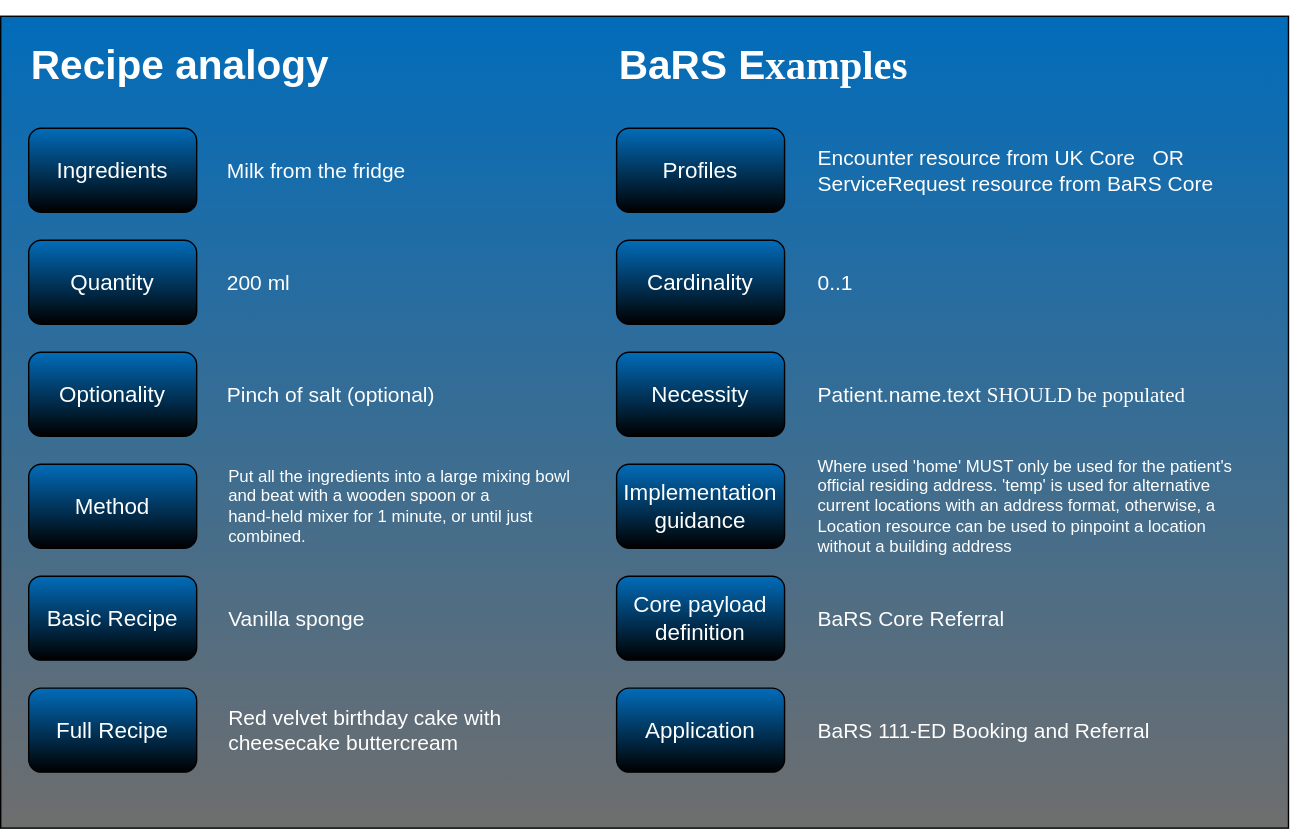
Above: src/images/General/RecipeAnalogy-1.0.0.svg in NHSDigital/booking-and-referral-media (draw.io), before the change. Source tidied: cells renumbered, new cells last; positions are measured from the earlier drawing's top-left corner, leaving out a move shared by most shapes.
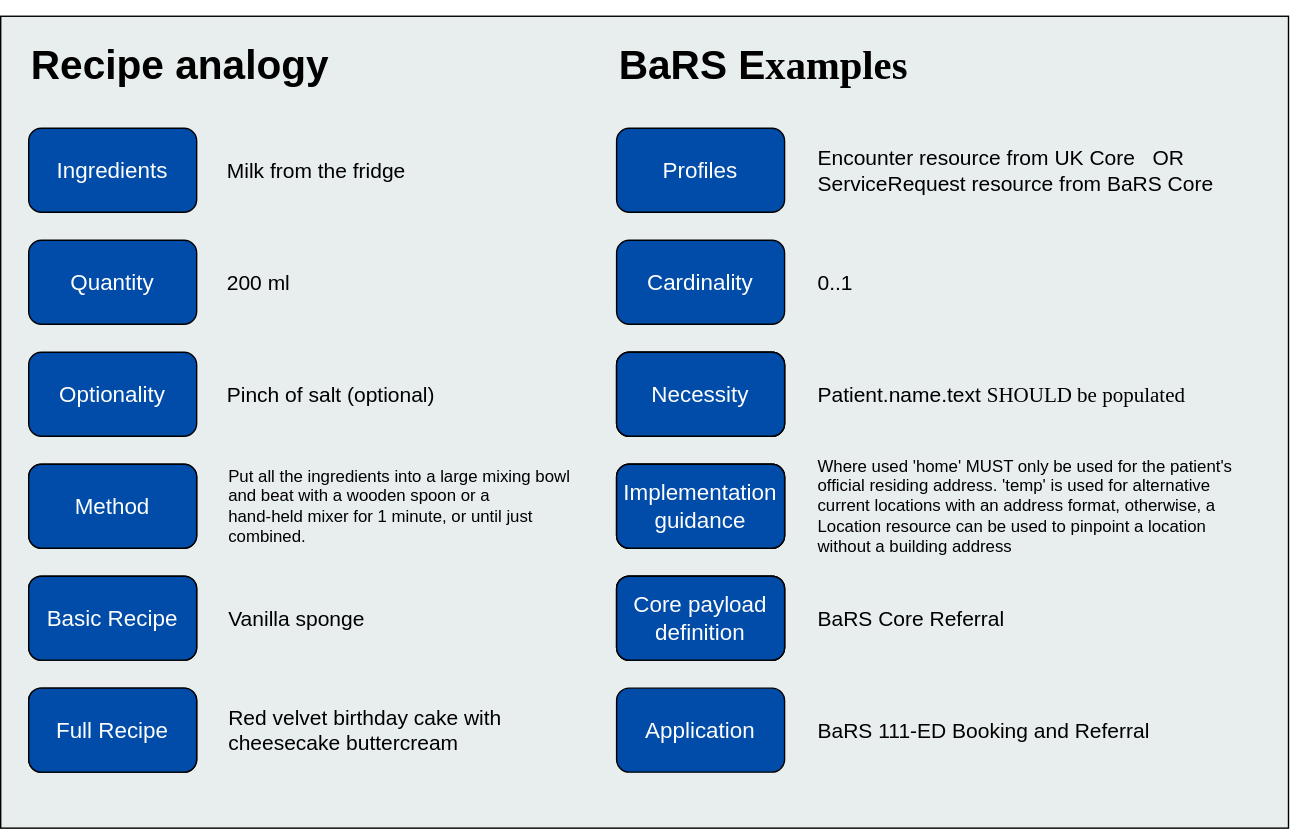
The same diagram one commit later.

Change to the diagram source:
```diff
@@ -2,86 +2,113 @@
   <root>
     <mxCell id="0" />
     <mxCell id="1" parent="0" />
-    <mxCell id="2" style="rounded=0;whiteSpace=wrap;html=1;fontFamily=Helvetica;fontSize=29;fontColor=#00418F;fillColor=#026CBA;gradientColor=#6E6E6E;" parent="1" vertex="1">
+    <mxCell id="2" style="rounded=0;whiteSpace=wrap;html=1;fontFamily=Helvetica;fontSize=29;fontColor=#00418F;fillColor=#E8edee;gradientColor=none;strokeColor=default;gradientDirection=south;strokeWidth=1;" parent="1" vertex="1">
       <mxGeometry width="920" height="580" as="geometry" />
     </mxCell>
-    <mxCell id="3" value="Ingredients" style="rounded=1;whiteSpace=wrap;html=1;fillColor=#026CBA;gradientColor=default;fontColor=#FFFFFF;fontSize=16;" parent="1" vertex="1">
+    <mxCell id="3" value="Ingredients" style="rounded=1;whiteSpace=wrap;html=1;fillColor=#004CA8;gradientColor=none;fontColor=#FFFFFF;fontSize=16;" parent="1" vertex="1">
       <mxGeometry x="20" y="80" width="120" height="60" as="geometry" />
     </mxCell>
-    <mxCell id="4" value="Quantity" style="rounded=1;whiteSpace=wrap;html=1;fillColor=#026CBA;gradientColor=default;fontColor=#FFFFFF;fontSize=16;" parent="1" vertex="1">
+    <mxCell id="4" value="Quantity" style="rounded=1;whiteSpace=wrap;html=1;fillColor=#004CA8;gradientColor=none;fontColor=#FFFFFF;fontSize=16;" parent="1" vertex="1">
       <mxGeometry x="20" y="160" width="120" height="60" as="geometry" />
     </mxCell>
-    <mxCell id="5" value="Optionality" style="rounded=1;whiteSpace=wrap;html=1;fillColor=#026CBA;gradientColor=default;fontColor=#FFFFFF;fontSize=16;" parent="1" vertex="1">
+    <mxCell id="5" value="Optionality" style="rounded=1;whiteSpace=wrap;html=1;fillColor=#004CA8;gradientColor=none;fontColor=#FFFFFF;fontSize=16;" parent="1" vertex="1">
       <mxGeometry x="20" y="240" width="120" height="60" as="geometry" />
     </mxCell>
-    <mxCell id="6" value="Method" style="rounded=1;whiteSpace=wrap;html=1;fillColor=#026CBA;gradientColor=default;fontColor=#FFFFFF;fontSize=16;" parent="1" vertex="1">
+    <mxCell id="6" value="Method" style="rounded=1;whiteSpace=wrap;html=1;fillColor=#004CA8;gradientColor=default;fontColor=#FFFFFF;fontSize=16;" parent="1" vertex="1">
       <mxGeometry x="20" y="320" width="120" height="60" as="geometry" />
     </mxCell>
-    <mxCell id="7" value="Basic Recipe" style="rounded=1;whiteSpace=wrap;html=1;fillColor=#026CBA;gradientColor=default;fontColor=#FFFFFF;fontSize=16;" parent="1" vertex="1">
+    <mxCell id="7" value="Basic Recipe" style="rounded=1;whiteSpace=wrap;html=1;fillColor=#004CA8;gradientColor=default;fontColor=#FFFFFF;fontSize=16;" parent="1" vertex="1">
       <mxGeometry x="20" y="400" width="120" height="60" as="geometry" />
     </mxCell>
-    <mxCell id="8" value="Full Recipe" style="rounded=1;whiteSpace=wrap;html=1;fillColor=#026CBA;gradientColor=default;fontColor=#FFFFFF;fontSize=16;" parent="1" vertex="1">
+    <mxCell id="8" value="Full Recipe" style="rounded=1;whiteSpace=wrap;html=1;fillColor=#004CA8;gradientColor=default;fontColor=#FFFFFF;fontSize=16;" parent="1" vertex="1">
       <mxGeometry x="20" y="480" width="120" height="60" as="geometry" />
     </mxCell>
-    <mxCell id="9" value="&lt;p style=&quot;margin-top: 0pt; margin-bottom: 0pt; margin-left: 0in; direction: ltr; unicode-bidi: embed; font-size: 15px;&quot;&gt;Milk from the fridge&lt;/p&gt;" style="text;html=1;strokeColor=none;fillColor=none;align=left;verticalAlign=middle;whiteSpace=wrap;rounded=0;labelPosition=center;verticalLabelPosition=middle;fontSize=15;fontColor=#FFFFFF;" parent="1" vertex="1">
+    <mxCell id="9" value="&lt;p style=&quot;margin-top: 0pt; margin-bottom: 0pt; margin-left: 0in; direction: ltr; unicode-bidi: embed; font-size: 15px;&quot;&gt;Milk from the fridge&lt;/p&gt;" style="text;html=1;strokeColor=none;fillColor=none;align=left;verticalAlign=middle;whiteSpace=wrap;rounded=0;labelPosition=center;verticalLabelPosition=middle;fontSize=15;fontColor=#000000;" parent="1" vertex="1">
       <mxGeometry x="160" y="85" width="170" height="50" as="geometry" />
     </mxCell>
-    <mxCell id="10" value="&lt;p style=&quot;font-size: 15px;&quot;&gt;Red velvet birthday cake with cheesecake buttercream&lt;/p&gt;" style="text;html=1;strokeColor=none;fillColor=none;align=left;verticalAlign=middle;whiteSpace=wrap;rounded=0;labelPosition=center;verticalLabelPosition=middle;fontSize=15;fontColor=#FFFFFF;" parent="1" vertex="1">
+    <mxCell id="10" value="&lt;p style=&quot;font-size: 15px;&quot;&gt;Red velvet birthday cake with cheesecake buttercream&lt;/p&gt;" style="text;html=1;strokeColor=none;fillColor=none;align=left;verticalAlign=middle;whiteSpace=wrap;rounded=0;labelPosition=center;verticalLabelPosition=middle;fontSize=15;fontColor=#000000;" parent="1" vertex="1">
       <mxGeometry x="161" y="495" width="220" height="30" as="geometry" />
     </mxCell>
-    <mxCell id="11" value="&lt;p style=&quot;margin-top: 0pt; margin-bottom: 0pt; margin-left: 0in; direction: ltr; unicode-bidi: embed; font-size: 15px;&quot;&gt;Vanilla sponge&lt;/p&gt;" style="text;html=1;strokeColor=none;fillColor=none;align=left;verticalAlign=middle;whiteSpace=wrap;rounded=0;labelPosition=center;verticalLabelPosition=middle;fontSize=15;fontColor=#FFFFFF;" parent="1" vertex="1">
+    <mxCell id="11" value="&lt;p style=&quot;margin-top: 0pt; margin-bottom: 0pt; margin-left: 0in; direction: ltr; unicode-bidi: embed; font-size: 15px;&quot;&gt;Vanilla sponge&lt;/p&gt;" style="text;html=1;strokeColor=none;fillColor=none;align=left;verticalAlign=middle;whiteSpace=wrap;rounded=0;labelPosition=center;verticalLabelPosition=middle;fontSize=15;fontColor=#000000;" parent="1" vertex="1">
       <mxGeometry x="161" y="415" width="160" height="30" as="geometry" />
     </mxCell>
-    <mxCell id="12" value="&lt;p style=&quot;font-size: 12px;&quot;&gt;Put all the ingredients into a large mixing bowl and beat with a wooden spoon or a&lt;br style=&quot;&quot;&gt;hand-held mixer for 1 minute, or until just combined.&lt;/p&gt;" style="text;html=1;strokeColor=none;fillColor=none;align=left;verticalAlign=middle;whiteSpace=wrap;rounded=0;labelPosition=center;verticalLabelPosition=middle;fontSize=15;fontColor=#FFFFFF;" parent="1" vertex="1">
+    <mxCell id="12" value="&lt;p style=&quot;font-size: 12px;&quot;&gt;Put all the ingredients into a large mixing bowl and beat with a wooden spoon or a&lt;br style=&quot;&quot;&gt;hand-held mixer for 1 minute, or until just combined.&lt;/p&gt;" style="text;html=1;strokeColor=none;fillColor=none;align=left;verticalAlign=middle;whiteSpace=wrap;rounded=0;labelPosition=center;verticalLabelPosition=middle;fontSize=15;fontColor=#000000;" parent="1" vertex="1">
       <mxGeometry x="161" y="305" width="250" height="90" as="geometry" />
     </mxCell>
-    <mxCell id="13" value="Pinch of salt (optional)" style="text;html=1;strokeColor=none;fillColor=none;align=left;verticalAlign=middle;whiteSpace=wrap;rounded=0;labelPosition=center;verticalLabelPosition=middle;fontSize=15;fontColor=#FFFFFF;" parent="1" vertex="1">
+    <mxCell id="13" value="Pinch of salt (optional)" style="text;html=1;strokeColor=none;fillColor=none;align=left;verticalAlign=middle;whiteSpace=wrap;rounded=0;labelPosition=center;verticalLabelPosition=middle;fontSize=15;fontColor=#000000;" parent="1" vertex="1">
       <mxGeometry x="160" y="255" width="160" height="30" as="geometry" />
     </mxCell>
-    <mxCell id="14" value="200 ml" style="text;html=1;strokeColor=none;fillColor=none;align=left;verticalAlign=middle;whiteSpace=wrap;rounded=0;labelPosition=center;verticalLabelPosition=middle;fontSize=15;fontColor=#FFFFFF;" parent="1" vertex="1">
+    <mxCell id="14" value="200 ml" style="text;html=1;strokeColor=none;fillColor=none;align=left;verticalAlign=middle;whiteSpace=wrap;rounded=0;labelPosition=center;verticalLabelPosition=middle;fontSize=15;fontColor=#000000;" parent="1" vertex="1">
       <mxGeometry x="160" y="175" width="60" height="30" as="geometry" />
     </mxCell>
-    <mxCell id="15" value="&lt;p style=&quot;margin-top: 0pt; margin-bottom: 0pt; margin-left: 0in; direction: ltr; unicode-bidi: embed; font-size: 15px;&quot;&gt;BaRS Core Referral&lt;/p&gt;" style="text;html=1;strokeColor=none;fillColor=none;align=left;verticalAlign=middle;whiteSpace=wrap;rounded=0;fontSize=15;fontColor=#FFFFFF;" parent="1" vertex="1">
+    <mxCell id="15" value="&lt;p style=&quot;margin-top: 0pt; margin-bottom: 0pt; margin-left: 0in; direction: ltr; unicode-bidi: embed; font-size: 15px;&quot;&gt;BaRS Core Referral&lt;/p&gt;" style="text;html=1;strokeColor=none;fillColor=none;align=left;verticalAlign=middle;whiteSpace=wrap;rounded=0;fontSize=15;fontColor=#000000;" parent="1" vertex="1">
       <mxGeometry x="582" y="415" width="240" height="30" as="geometry" />
     </mxCell>
-    <mxCell id="16" value="&lt;p style=&quot;font-size: 12px;&quot;&gt;Where used 'home' MUST only be used for the patient's official residing address. 'temp' is used for alternative current locations with an address format, otherwise, a Location resource can be used to pinpoint a location without a building address&lt;/p&gt;" style="text;html=1;strokeColor=none;fillColor=none;align=left;verticalAlign=middle;whiteSpace=wrap;rounded=0;fontSize=12;fontColor=#FFFFFF;" parent="1" vertex="1">
+    <mxCell id="16" value="&lt;p style=&quot;font-size: 12px;&quot;&gt;Where used 'home' MUST only be used for the patient's official residing address. 'temp' is used for alternative current locations with an address format, otherwise, a Location resource can be used to pinpoint a location without a building address&lt;/p&gt;" style="text;html=1;strokeColor=none;fillColor=none;align=left;verticalAlign=middle;whiteSpace=wrap;rounded=0;fontSize=12;fontColor=#000000;" parent="1" vertex="1">
       <mxGeometry x="582" y="335" width="310" height="30" as="geometry" />
     </mxCell>
-    <mxCell id="17" value="&lt;p style=&quot;font-size: 15px;&quot;&gt;Patient.name.text&amp;nbsp;&lt;span style=&quot;font-family: Calibri; font-size: 15px;&quot;&gt;SHOULD be populated&lt;/span&gt;&lt;/p&gt;" style="text;html=1;strokeColor=none;fillColor=none;align=left;verticalAlign=middle;whiteSpace=wrap;rounded=0;fontSize=15;fontColor=#FFFFFF;" parent="1" vertex="1">
+    <mxCell id="17" value="&lt;p style=&quot;font-size: 15px;&quot;&gt;Patient.name.text&amp;nbsp;&lt;span style=&quot;font-family: Calibri; font-size: 15px;&quot;&gt;SHOULD be populated&lt;/span&gt;&lt;/p&gt;" style="text;html=1;strokeColor=none;fillColor=none;align=left;verticalAlign=middle;whiteSpace=wrap;rounded=0;fontSize=15;fontColor=#000000;" parent="1" vertex="1">
       <mxGeometry x="582" y="255" width="350" height="30" as="geometry" />
     </mxCell>
-    <mxCell id="18" value="0..1" style="text;html=1;strokeColor=none;fillColor=none;align=left;verticalAlign=middle;whiteSpace=wrap;rounded=0;fontSize=15;fontColor=#FFFFFF;" parent="1" vertex="1">
+    <mxCell id="18" value="0..1" style="text;html=1;strokeColor=none;fillColor=none;align=left;verticalAlign=middle;whiteSpace=wrap;rounded=0;fontSize=15;fontColor=#000000;" parent="1" vertex="1">
       <mxGeometry x="582" y="175" width="60" height="30" as="geometry" />
     </mxCell>
-    <mxCell id="19" value="&lt;p style=&quot;font-size: 15px;&quot;&gt;&lt;font style=&quot;font-size: 15px;&quot;&gt;Encounter resource from UK Core&amp;nbsp; &amp;nbsp;OR&amp;nbsp; &lt;/font&gt;&lt;span style=&quot;background-color: initial;&quot;&gt;ServiceRequest resource from BaRS Core&lt;/span&gt;&lt;/p&gt;" style="text;html=1;strokeColor=none;fillColor=none;align=left;verticalAlign=middle;whiteSpace=wrap;rounded=0;fontSize=15;fontColor=#FFFFFF;" parent="1" vertex="1">
+    <mxCell id="19" value="&lt;p style=&quot;font-size: 15px;&quot;&gt;&lt;font style=&quot;font-size: 15px;&quot;&gt;Encounter resource from UK Core&amp;nbsp; &amp;nbsp;OR&amp;nbsp; &lt;/font&gt;&lt;span style=&quot;background-color: initial;&quot;&gt;ServiceRequest resource from BaRS Core&lt;/span&gt;&lt;/p&gt;" style="text;html=1;strokeColor=none;fillColor=none;align=left;verticalAlign=middle;whiteSpace=wrap;rounded=0;fontSize=15;fontColor=#000000;" parent="1" vertex="1">
       <mxGeometry x="582" y="75" width="320" height="70" as="geometry" />
     </mxCell>
-    <mxCell id="20" value="&lt;p style=&quot;margin-top: 0pt; margin-bottom: 0pt; margin-left: 0in; direction: ltr; unicode-bidi: embed; font-size: 29px;&quot;&gt;BaRS E&lt;span style=&quot;font-size: 29px; font-family: Calibri;&quot;&gt;xamples&lt;/span&gt;&lt;/p&gt;" style="text;html=1;strokeColor=none;fillColor=none;align=left;verticalAlign=middle;whiteSpace=wrap;rounded=0;fontSize=29;fontStyle=1;fontColor=#FFFFFF;labelBorderColor=none;" parent="1" vertex="1">
+    <mxCell id="20" value="&lt;p style=&quot;margin-top: 0pt; margin-bottom: 0pt; margin-left: 0in; direction: ltr; unicode-bidi: embed; font-size: 29px;&quot;&gt;BaRS E&lt;span style=&quot;font-size: 29px; font-family: Calibri;&quot;&gt;xamples&lt;/span&gt;&lt;/p&gt;" style="text;html=1;strokeColor=none;fillColor=none;align=left;verticalAlign=middle;whiteSpace=wrap;rounded=0;fontSize=29;fontStyle=1;fontColor=#000000;labelBorderColor=none;" parent="1" vertex="1">
       <mxGeometry x="440" y="20" width="290" height="30" as="geometry" />
     </mxCell>
-    <mxCell id="21" value="&lt;p style=&quot;font-size: 29px;&quot;&gt;&lt;font style=&quot;font-size: 29px;&quot;&gt;&lt;b style=&quot;font-size: 29px;&quot;&gt;Recipe analogy&lt;/b&gt;&lt;/font&gt;&lt;/p&gt;" style="text;html=1;strokeColor=none;fillColor=none;align=left;verticalAlign=middle;whiteSpace=wrap;rounded=0;fontColor=#FFFFFF;fontSize=29;labelBorderColor=none;" parent="1" vertex="1">
+    <mxCell id="21" value="&lt;p style=&quot;font-size: 29px;&quot;&gt;&lt;font style=&quot;font-size: 29px;&quot;&gt;&lt;b style=&quot;font-size: 29px;&quot;&gt;Recipe analogy&lt;/b&gt;&lt;/font&gt;&lt;/p&gt;" style="text;html=1;strokeColor=none;fillColor=none;align=left;verticalAlign=middle;whiteSpace=wrap;rounded=0;fontColor=#000000;fontSize=29;labelBorderColor=none;" parent="1" vertex="1">
       <mxGeometry x="20" y="20" width="270" height="30" as="geometry" />
     </mxCell>
-    <mxCell id="22" value="Implementation guidance" style="rounded=1;whiteSpace=wrap;html=1;fillColor=#026CBA;gradientColor=default;fontColor=#FFFFFF;fontSize=16;" parent="1" vertex="1">
+    <mxCell id="22" value="Implementation guidance" style="rounded=1;whiteSpace=wrap;html=1;fillColor=#004CA8;gradientColor=default;fontColor=#FFFFFF;fontSize=16;" parent="1" vertex="1">
       <mxGeometry x="440" y="320" width="120" height="60" as="geometry" />
     </mxCell>
-    <mxCell id="23" value="Necessity" style="rounded=1;whiteSpace=wrap;html=1;fillColor=#026CBA;gradientColor=default;fontColor=#FFFFFF;fontSize=16;" parent="1" vertex="1">
+    <mxCell id="23" value="Necessity" style="rounded=1;whiteSpace=wrap;html=1;fillColor=#004CA8;gradientColor=default;fontColor=#FFFFFF;fontSize=16;" parent="1" vertex="1">
       <mxGeometry x="440" y="240" width="120" height="60" as="geometry" />
     </mxCell>
-    <mxCell id="24" value="Cardinality" style="rounded=1;whiteSpace=wrap;html=1;fillColor=#026CBA;gradientColor=default;fontColor=#FFFFFF;fontSize=16;" parent="1" vertex="1">
+    <mxCell id="24" value="Cardinality" style="rounded=1;whiteSpace=wrap;html=1;fillColor=#004CA8;gradientColor=none;fontColor=#FFFFFF;fontSize=16;" parent="1" vertex="1">
       <mxGeometry x="440" y="160" width="120" height="60" as="geometry" />
     </mxCell>
-    <mxCell id="25" value="Profiles" style="rounded=1;whiteSpace=wrap;html=1;fillColor=#026CBA;gradientColor=default;fontColor=#FFFFFF;fontSize=16;" parent="1" vertex="1">
+    <mxCell id="25" value="Profiles" style="rounded=1;whiteSpace=wrap;html=1;fillColor=#004CA8;gradientColor=none;fontColor=#FFFFFF;fontSize=16;" parent="1" vertex="1">
       <mxGeometry x="440" y="80" width="120" height="60" as="geometry" />
     </mxCell>
-    <mxCell id="26" value="Application" style="rounded=1;whiteSpace=wrap;html=1;fillColor=#026CBA;gradientColor=default;fontColor=#FFFFFF;fontSize=16;" parent="1" vertex="1">
+    <mxCell id="26" value="Application" style="rounded=1;whiteSpace=wrap;html=1;fillColor=#004CA8;gradientColor=none;fontColor=#FFFFFF;fontSize=16;" parent="1" vertex="1">
       <mxGeometry x="440" y="480" width="120" height="60" as="geometry" />
     </mxCell>
-    <mxCell id="27" value="Core payload definition" style="rounded=1;whiteSpace=wrap;html=1;fillColor=#026CBA;gradientColor=default;fontColor=#FFFFFF;fontSize=16;" parent="1" vertex="1">
+    <mxCell id="27" value="Core payload definition" style="rounded=1;whiteSpace=wrap;html=1;fillColor=#004CA8;gradientColor=default;fontColor=#FFFFFF;fontSize=16;" parent="1" vertex="1">
       <mxGeometry x="440" y="400" width="120" height="60" as="geometry" />
     </mxCell>
-    <mxCell id="28" value="&lt;p style=&quot;margin-top: 0pt; margin-bottom: 0pt; margin-left: 0in; direction: ltr; unicode-bidi: embed; font-size: 15px;&quot;&gt;BaRS 111-ED Booking and Referral&lt;/p&gt;" style="text;html=1;strokeColor=none;fillColor=none;align=left;verticalAlign=middle;whiteSpace=wrap;rounded=0;fontSize=15;fontColor=#FFFFFF;" parent="1" vertex="1">
+    <mxCell id="28" value="&lt;p style=&quot;margin-top: 0pt; margin-bottom: 0pt; margin-left: 0in; direction: ltr; unicode-bidi: embed; font-size: 15px;&quot;&gt;BaRS 111-ED Booking and Referral&lt;/p&gt;" style="text;html=1;strokeColor=none;fillColor=none;align=left;verticalAlign=middle;whiteSpace=wrap;rounded=0;fontSize=15;fontColor=#000000;" parent="1" vertex="1">
       <mxGeometry x="582" y="495" width="250" height="30" as="geometry" />
     </mxCell>
+    <mxCell id="29" value="Necessity" style="rounded=1;whiteSpace=wrap;html=1;fillColor=#004CA8;gradientColor=default;fontColor=#FFFFFF;fontSize=16;" parent="1" vertex="1">
+      <mxGeometry x="440" y="240" width="120" height="60" as="geometry" />
+    </mxCell>
+    <mxCell id="30" value="Implementation guidance" style="rounded=1;whiteSpace=wrap;html=1;fillColor=#004CA8;gradientColor=default;fontColor=#FFFFFF;fontSize=16;" parent="1" vertex="1">
+      <mxGeometry x="440" y="320" width="120" height="60" as="geometry" />
+    </mxCell>
+    <mxCell id="31" value="Core payload definition" style="rounded=1;whiteSpace=wrap;html=1;fillColor=#004CA8;gradientColor=default;fontColor=#FFFFFF;fontSize=16;" parent="1" vertex="1">
+      <mxGeometry x="440" y="400" width="120" height="60" as="geometry" />
+    </mxCell>
+    <mxCell id="32" value="Necessity" style="rounded=1;whiteSpace=wrap;html=1;fillColor=#004CA8;gradientColor=none;fontColor=#FFFFFF;fontSize=16;" parent="1" vertex="1">
+      <mxGeometry x="440" y="240" width="120" height="60" as="geometry" />
+    </mxCell>
+    <mxCell id="33" value="Implementation guidance" style="rounded=1;whiteSpace=wrap;html=1;fillColor=#004CA8;gradientColor=none;fontColor=#FFFFFF;fontSize=16;" parent="1" vertex="1">
+      <mxGeometry x="440" y="320" width="120" height="60" as="geometry" />
+    </mxCell>
+    <mxCell id="34" value="Core payload definition" style="rounded=1;whiteSpace=wrap;html=1;fillColor=#004CA8;gradientColor=none;fontColor=#FFFFFF;fontSize=16;" parent="1" vertex="1">
+      <mxGeometry x="440" y="400" width="120" height="60" as="geometry" />
+    </mxCell>
+    <mxCell id="35" value="Full Recipe" style="rounded=1;whiteSpace=wrap;html=1;fillColor=#004CA8;gradientColor=none;fontColor=#FFFFFF;fontSize=16;" parent="1" vertex="1">
+      <mxGeometry x="20" y="480" width="120" height="60" as="geometry" />
+    </mxCell>
+    <mxCell id="36" value="Basic Recipe" style="rounded=1;whiteSpace=wrap;html=1;fillColor=#004CA8;gradientColor=none;fontColor=#FFFFFF;fontSize=16;" parent="1" vertex="1">
+      <mxGeometry x="20" y="400" width="120" height="60" as="geometry" />
+    </mxCell>
+    <mxCell id="37" value="Method" style="rounded=1;whiteSpace=wrap;html=1;fillColor=#004CA8;gradientColor=none;fontColor=#FFFFFF;fontSize=16;" parent="1" vertex="1">
+      <mxGeometry x="20" y="320" width="120" height="60" as="geometry" />
+    </mxCell>
   </root>
 </mxGraphModel>
```
